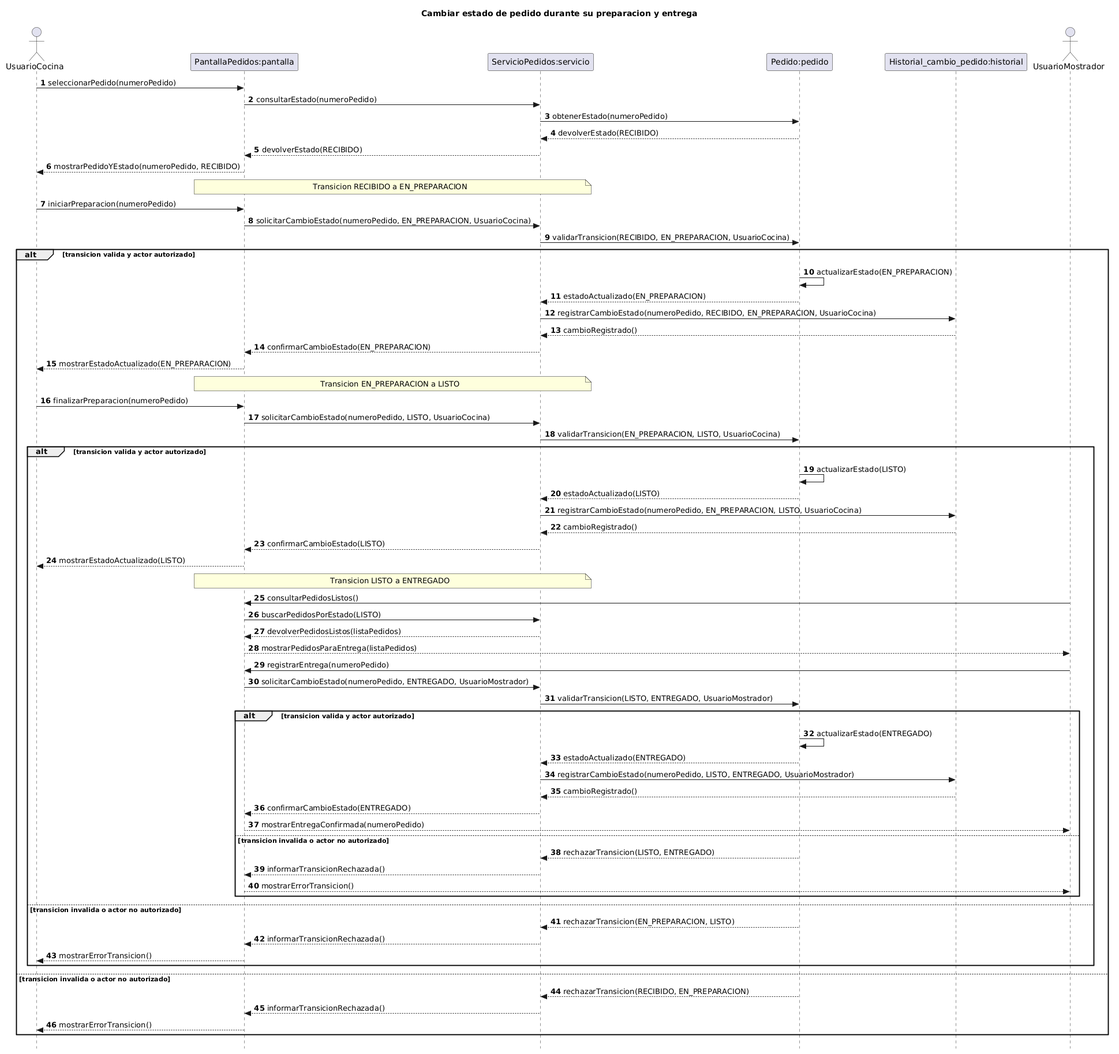
This is diagramas/05-diagramas-secuencia/05-secuencia-cambiar-estado-pedido-avance-preparacion-04.png from eloeyhe/SistemaPedidos, a PlantUML export, as it was before one commit. The source it was exported from:
```plantuml
@startuml
title Cambiar estado de pedido durante su preparacion y entrega
autonumber
skinparam style strictuml
hide footbox

actor UsuarioCocina
participant "PantallaPedidos:pantalla" as pantalla
participant "ServicioPedidos:servicio" as servicio
participant "Pedido:pedido" as pedido
participant "Historial_cambio_pedido:historial" as historial
actor UsuarioMostrador

UsuarioCocina -> pantalla : seleccionarPedido(numeroPedido)
pantalla -> servicio : consultarEstado(numeroPedido)
servicio -> pedido : obtenerEstado(numeroPedido)
pedido --> servicio : devolverEstado(RECIBIDO)
servicio --> pantalla : devolverEstado(RECIBIDO)
pantalla --> UsuarioCocina : mostrarPedidoYEstado(numeroPedido, RECIBIDO)

note over pantalla, servicio : Transicion RECIBIDO a EN_PREPARACION
UsuarioCocina -> pantalla : iniciarPreparacion(numeroPedido)
pantalla -> servicio : solicitarCambioEstado(numeroPedido, EN_PREPARACION, UsuarioCocina)
servicio -> pedido : validarTransicion(RECIBIDO, EN_PREPARACION, UsuarioCocina)
alt transicion valida y actor autorizado
    pedido -> pedido : actualizarEstado(EN_PREPARACION)
    pedido --> servicio : estadoActualizado(EN_PREPARACION)
    servicio -> historial : registrarCambioEstado(numeroPedido, RECIBIDO, EN_PREPARACION, UsuarioCocina)
    historial --> servicio : cambioRegistrado()
    servicio --> pantalla : confirmarCambioEstado(EN_PREPARACION)
    pantalla --> UsuarioCocina : mostrarEstadoActualizado(EN_PREPARACION)

    note over pantalla, servicio : Transicion EN_PREPARACION a LISTO
    UsuarioCocina -> pantalla : finalizarPreparacion(numeroPedido)
    pantalla -> servicio : solicitarCambioEstado(numeroPedido, LISTO, UsuarioCocina)
    servicio -> pedido : validarTransicion(EN_PREPARACION, LISTO, UsuarioCocina)
    alt transicion valida y actor autorizado
        pedido -> pedido : actualizarEstado(LISTO)
        pedido --> servicio : estadoActualizado(LISTO)
        servicio -> historial : registrarCambioEstado(numeroPedido, EN_PREPARACION, LISTO, UsuarioCocina)
        historial --> servicio : cambioRegistrado()
        servicio --> pantalla : confirmarCambioEstado(LISTO)
        pantalla --> UsuarioCocina : mostrarEstadoActualizado(LISTO)

        note over pantalla, servicio : Transicion LISTO a ENTREGADO
        UsuarioMostrador -> pantalla : consultarPedidosListos()
        pantalla -> servicio : buscarPedidosPorEstado(LISTO)
        servicio --> pantalla : devolverPedidosListos(listaPedidos)
        pantalla --> UsuarioMostrador : mostrarPedidosParaEntrega(listaPedidos)
        UsuarioMostrador -> pantalla : registrarEntrega(numeroPedido)
        pantalla -> servicio : solicitarCambioEstado(numeroPedido, ENTREGADO, UsuarioMostrador)
        servicio -> pedido : validarTransicion(LISTO, ENTREGADO, UsuarioMostrador)
        alt transicion valida y actor autorizado
            pedido -> pedido : actualizarEstado(ENTREGADO)
            pedido --> servicio : estadoActualizado(ENTREGADO)
            servicio -> historial : registrarCambioEstado(numeroPedido, LISTO, ENTREGADO, UsuarioMostrador)
            historial --> servicio : cambioRegistrado()
            servicio --> pantalla : confirmarCambioEstado(ENTREGADO)
            pantalla --> UsuarioMostrador : mostrarEntregaConfirmada(numeroPedido)
        else transicion invalida o actor no autorizado
            pedido --> servicio : rechazarTransicion(LISTO, ENTREGADO)
            servicio --> pantalla : informarTransicionRechazada()
            pantalla --> UsuarioMostrador : mostrarErrorTransicion()
        end
    else transicion invalida o actor no autorizado
        pedido --> servicio : rechazarTransicion(EN_PREPARACION, LISTO)
        servicio --> pantalla : informarTransicionRechazada()
        pantalla --> UsuarioCocina : mostrarErrorTransicion()
    end
else transicion invalida o actor no autorizado
    pedido --> servicio : rechazarTransicion(RECIBIDO, EN_PREPARACION)
    servicio --> pantalla : informarTransicionRechazada()
    pantalla --> UsuarioCocina : mostrarErrorTransicion()
end
@enduml
```
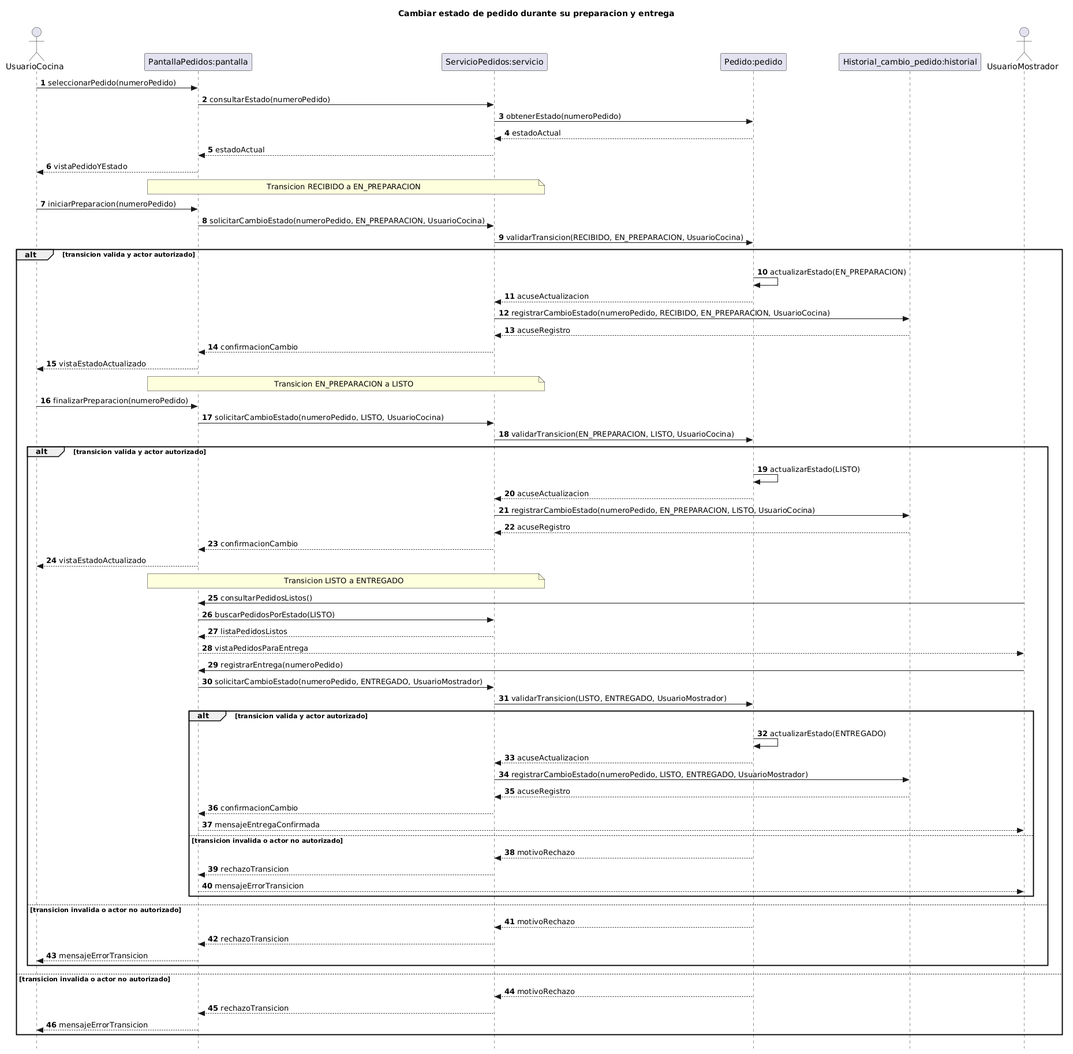
The same file after the commit.

The edit, as a diff of the source:
```diff
@@ -14,9 +14,9 @@
 UsuarioCocina -> pantalla : seleccionarPedido(numeroPedido)
 pantalla -> servicio : consultarEstado(numeroPedido)
 servicio -> pedido : obtenerEstado(numeroPedido)
-pedido --> servicio : devolverEstado(RECIBIDO)
-servicio --> pantalla : devolverEstado(RECIBIDO)
-pantalla --> UsuarioCocina : mostrarPedidoYEstado(numeroPedido, RECIBIDO)
+pedido --> servicio : estadoActual
+servicio --> pantalla : estadoActual
+pantalla --> UsuarioCocina : vistaPedidoYEstado
 
 note over pantalla, servicio : Transicion RECIBIDO a EN_PREPARACION
 UsuarioCocina -> pantalla : iniciarPreparacion(numeroPedido)
@@ -24,11 +24,11 @@
 servicio -> pedido : validarTransicion(RECIBIDO, EN_PREPARACION, UsuarioCocina)
 alt transicion valida y actor autorizado
     pedido -> pedido : actualizarEstado(EN_PREPARACION)
-    pedido --> servicio : estadoActualizado(EN_PREPARACION)
+    pedido --> servicio : acuseActualizacion
     servicio -> historial : registrarCambioEstado(numeroPedido, RECIBIDO, EN_PREPARACION, UsuarioCocina)
-    historial --> servicio : cambioRegistrado()
-    servicio --> pantalla : confirmarCambioEstado(EN_PREPARACION)
-    pantalla --> UsuarioCocina : mostrarEstadoActualizado(EN_PREPARACION)
+    historial --> servicio : acuseRegistro
+    servicio --> pantalla : confirmacionCambio
+    pantalla --> UsuarioCocina : vistaEstadoActualizado
 
     note over pantalla, servicio : Transicion EN_PREPARACION a LISTO
     UsuarioCocina -> pantalla : finalizarPreparacion(numeroPedido)
@@ -36,40 +36,40 @@
     servicio -> pedido : validarTransicion(EN_PREPARACION, LISTO, UsuarioCocina)
     alt transicion valida y actor autorizado
         pedido -> pedido : actualizarEstado(LISTO)
-        pedido --> servicio : estadoActualizado(LISTO)
+        pedido --> servicio : acuseActualizacion
         servicio -> historial : registrarCambioEstado(numeroPedido, EN_PREPARACION, LISTO, UsuarioCocina)
-        historial --> servicio : cambioRegistrado()
-        servicio --> pantalla : confirmarCambioEstado(LISTO)
-        pantalla --> UsuarioCocina : mostrarEstadoActualizado(LISTO)
+        historial --> servicio : acuseRegistro
+        servicio --> pantalla : confirmacionCambio
+        pantalla --> UsuarioCocina : vistaEstadoActualizado
 
         note over pantalla, servicio : Transicion LISTO a ENTREGADO
         UsuarioMostrador -> pantalla : consultarPedidosListos()
         pantalla -> servicio : buscarPedidosPorEstado(LISTO)
-        servicio --> pantalla : devolverPedidosListos(listaPedidos)
-        pantalla --> UsuarioMostrador : mostrarPedidosParaEntrega(listaPedidos)
+        servicio --> pantalla : listaPedidosListos
+        pantalla --> UsuarioMostrador : vistaPedidosParaEntrega
         UsuarioMostrador -> pantalla : registrarEntrega(numeroPedido)
         pantalla -> servicio : solicitarCambioEstado(numeroPedido, ENTREGADO, UsuarioMostrador)
         servicio -> pedido : validarTransicion(LISTO, ENTREGADO, UsuarioMostrador)
         alt transicion valida y actor autorizado
             pedido -> pedido : actualizarEstado(ENTREGADO)
-            pedido --> servicio : estadoActualizado(ENTREGADO)
+            pedido --> servicio : acuseActualizacion
             servicio -> historial : registrarCambioEstado(numeroPedido, LISTO, ENTREGADO, UsuarioMostrador)
-            historial --> servicio : cambioRegistrado()
-            servicio --> pantalla : confirmarCambioEstado(ENTREGADO)
-            pantalla --> UsuarioMostrador : mostrarEntregaConfirmada(numeroPedido)
+            historial --> servicio : acuseRegistro
+            servicio --> pantalla : confirmacionCambio
+            pantalla --> UsuarioMostrador : mensajeEntregaConfirmada
         else transicion invalida o actor no autorizado
-            pedido --> servicio : rechazarTransicion(LISTO, ENTREGADO)
-            servicio --> pantalla : informarTransicionRechazada()
-            pantalla --> UsuarioMostrador : mostrarErrorTransicion()
+            pedido --> servicio : motivoRechazo
+            servicio --> pantalla : rechazoTransicion
+            pantalla --> UsuarioMostrador : mensajeErrorTransicion
         end
     else transicion invalida o actor no autorizado
-        pedido --> servicio : rechazarTransicion(EN_PREPARACION, LISTO)
-        servicio --> pantalla : informarTransicionRechazada()
-        pantalla --> UsuarioCocina : mostrarErrorTransicion()
+        pedido --> servicio : motivoRechazo
+        servicio --> pantalla : rechazoTransicion
+        pantalla --> UsuarioCocina : mensajeErrorTransicion
     end
 else transicion invalida o actor no autorizado
-    pedido --> servicio : rechazarTransicion(RECIBIDO, EN_PREPARACION)
-    servicio --> pantalla : informarTransicionRechazada()
-    pantalla --> UsuarioCocina : mostrarErrorTransicion()
+    pedido --> servicio : motivoRechazo
+    servicio --> pantalla : rechazoTransicion
+    pantalla --> UsuarioCocina : mensajeErrorTransicion
 end
 @enduml
```
